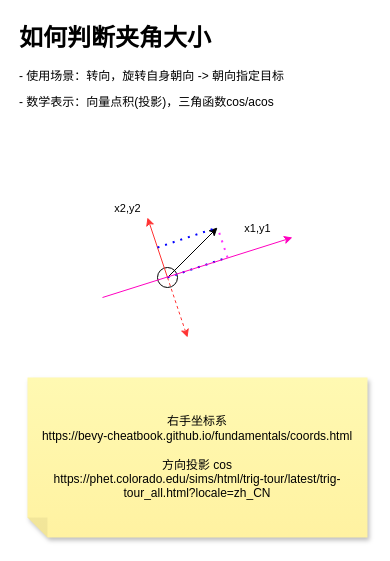
The draw.io diagram page "数学-方向" (7 of 7) of bevy-0.17.drawio in topkg/graph, before the edit. Source tidied: cells renumbered, new cells numbered last; positions are measured from the earlier drawing's top-left corner, leaving out a move shared by most shapes. Both pictures are drawn from the tidied source at 100%, with x=0, y=0 at pixel (17, 17).
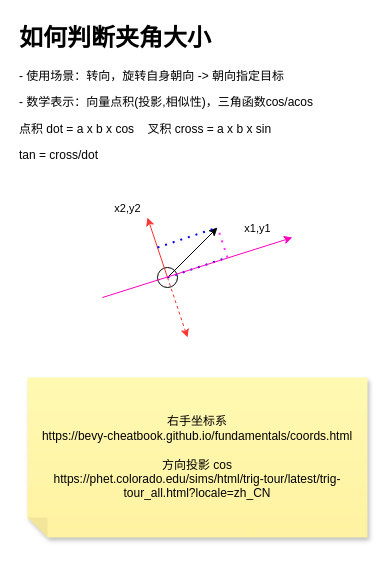
Above is the later version.

What changed in the source:
```diff
@@
-    <mxCell id="5" value="&lt;h1 style=&quot;margin-top: 0px;&quot;&gt;如何判断夹角大小&lt;/h1&gt;&lt;p&gt;- 使用场景：转向，旋转自身朝向 -&amp;gt; 朝向指定目标&lt;/p&gt;&lt;p&gt;- 数学表示：向量点积(投影)，三角函数cos/acos&lt;/p&gt;" style="text;html=1;whiteSpace=wrap;overflow=hidden;rounded=0;" parent="1" vertex="1">
-      <mxGeometry width="290" height="120" as="geometry" />
+    <mxCell id="5" value="&lt;h1 style=&quot;margin-top: 0px;&quot;&gt;如何判断夹角大小&lt;/h1&gt;&lt;p&gt;- 使用场景：转向，旋转自身朝向 -&amp;gt; 朝向指定目标&lt;/p&gt;&lt;p&gt;- 数学表示：向量点积(投影,相似性)，三角函数cos/acos&lt;/p&gt;&lt;p&gt;点积 dot = a x b x cos&amp;nbsp; &amp;nbsp; 叉积 cross = a x b x sin&lt;/p&gt;&lt;p&gt;&lt;span style=&quot;background-color: transparent; color: light-dark(rgb(0, 0, 0), rgb(255, 255, 255));&quot;&gt;tan = cross/dot&lt;/span&gt;&lt;/p&gt;&lt;p&gt;&lt;br&gt;&lt;/p&gt;" style="text;html=1;whiteSpace=wrap;overflow=hidden;rounded=0;" parent="1" vertex="1">
+      <mxGeometry width="350" height="170" as="geometry" />
     </mxCell>
```
